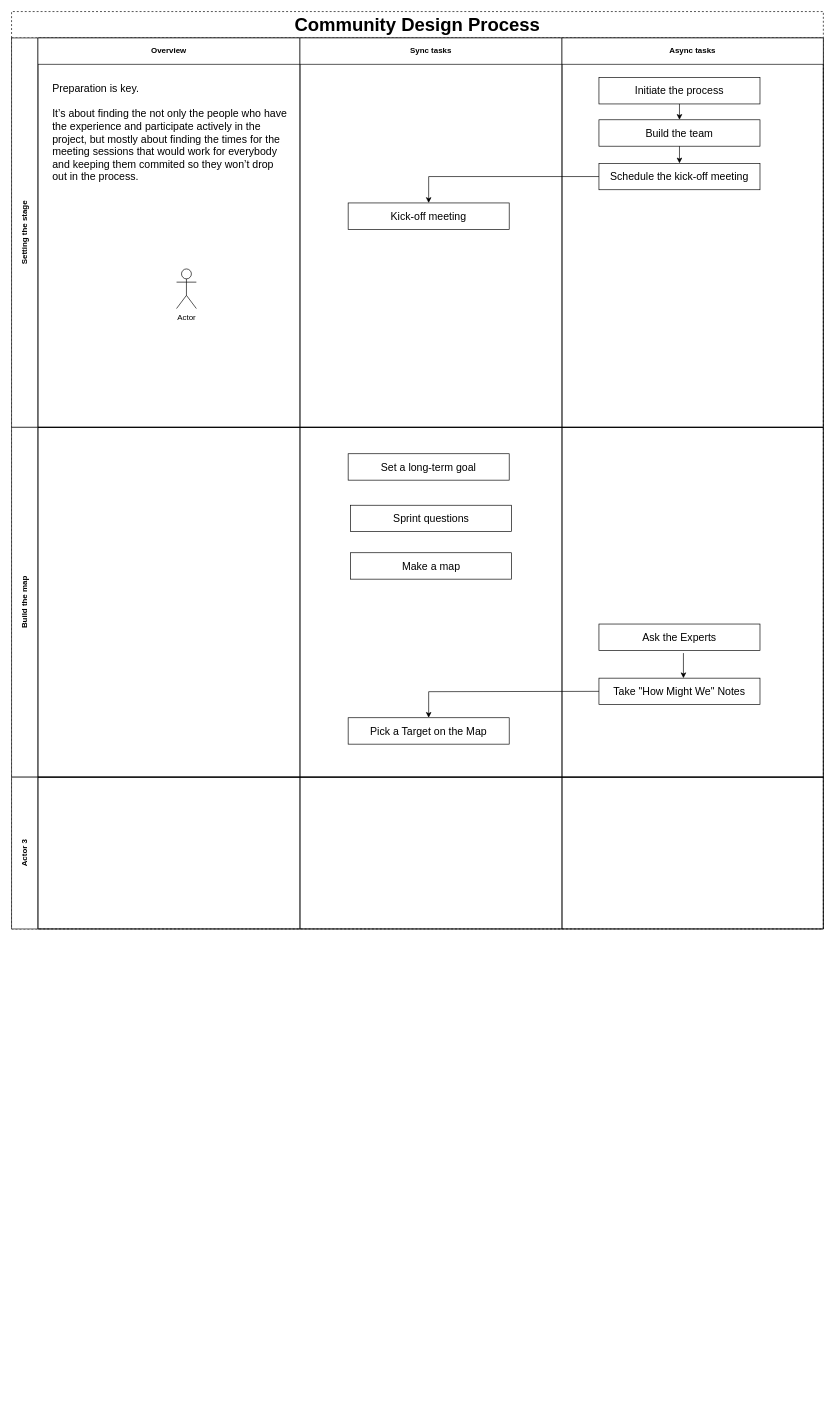
Before: CommunityDesignProcess.drawio in nicksellen/community-design-process, a draw.io diagram. Source tidied: cells renumbered, new cells numbered last; positions are measured from the earlier drawing's top-left corner, leaving out a move shared by most shapes. Both pictures are drawn from the tidied source at 66%, with x=0, y=0 at pixel (11, 11).
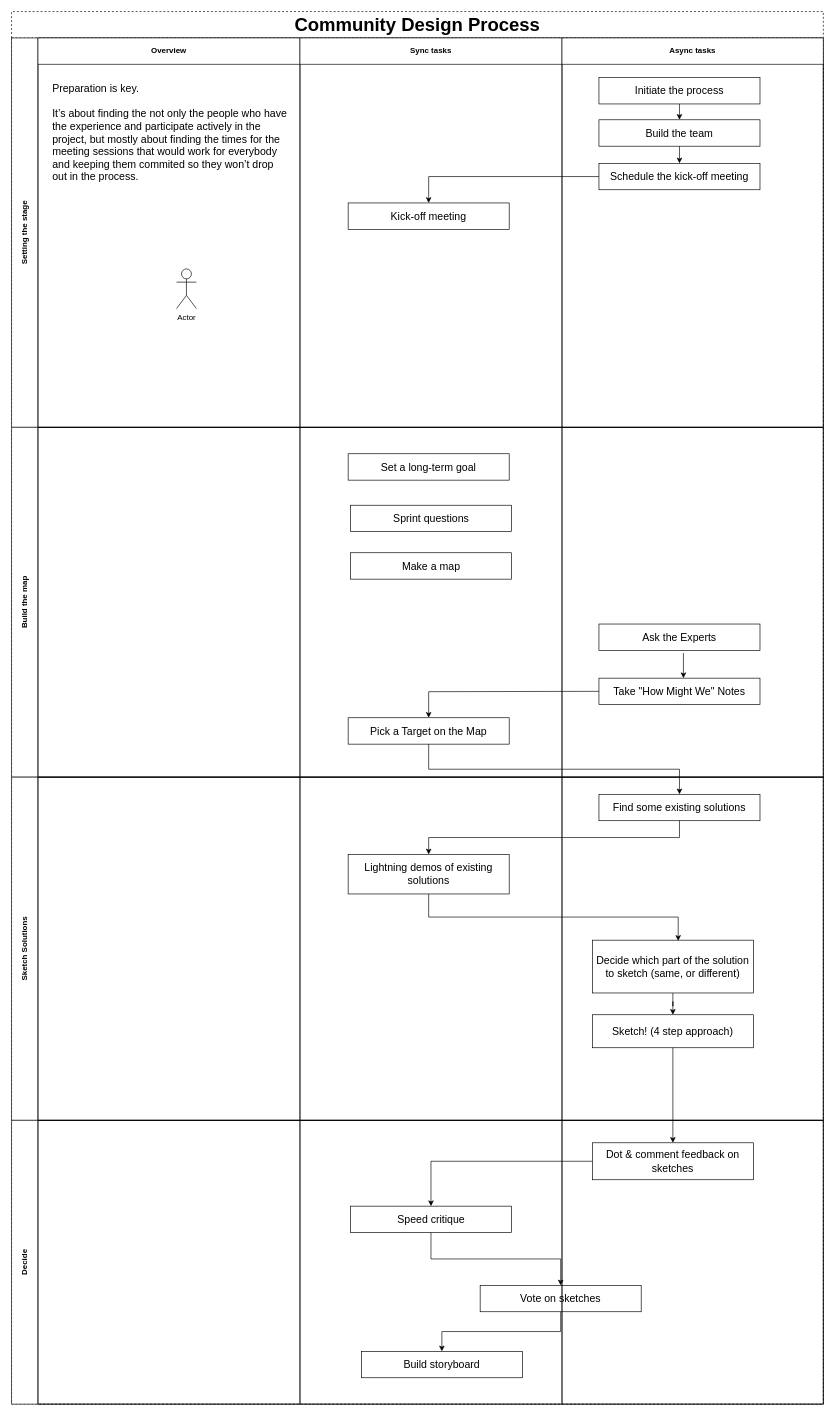
After the change.

Unchanged cells that the change refers to:
```xml
<mxCell id="21" value="&lt;div&gt;Pick a Target on the Map&lt;/div&gt;" style="rounded=0;whiteSpace=wrap;html=1;fillColor=none;fontFamily=Helvetica;fontSize=16;" parent="17" vertex="1">
  <mxGeometry x="73" y="440" width="244" height="40" as="geometry" />
</mxCell>
```

Change to the diagram source:
```diff
@@
     <mxCell id="2" value="Community Design Process" style="shape=table;childLayout=tableLayout;rowLines=0;columnLines=0;startSize=40;html=1;whiteSpace=wrap;fontStyle=1;align=center;dashed=1;fillColor=none;fontFamily=Helvetica;fontSize=28;" parent="1" vertex="1">
-      <mxGeometry width="1230" height="1390" as="geometry" />
+      <mxGeometry width="1230" height="2110" as="geometry" />
     </mxCell>
@@
-    <mxCell id="27" value="Actor 3" style="swimlane;horizontal=0;startSize=40;html=1;whiteSpace=wrap;" parent="2" vertex="1">
-      <mxGeometry y="1160" width="1230" height="230" as="geometry" />
+    <mxCell id="27" value="&lt;div&gt;Sketch Solutions&lt;/div&gt;" style="swimlane;horizontal=0;startSize=40;html=1;whiteSpace=wrap;" parent="2" vertex="1">
+      <mxGeometry y="1160" width="1230" height="520" as="geometry" />
     </mxCell>
     <mxCell id="28" style="swimlane;startSize=0;html=1;whiteSpace=wrap;" parent="27" vertex="1">
-      <mxGeometry x="40" width="397" height="230" as="geometry" />
+      <mxGeometry x="40" width="397" height="520" as="geometry" />
     </mxCell>
     <mxCell id="29" style="swimlane;startSize=0;html=1;whiteSpace=wrap;" parent="27" vertex="1">
-      <mxGeometry x="437" width="397" height="230" as="geometry" />
+      <mxGeometry x="437" width="397" height="520" as="geometry" />
     </mxCell>
+    <mxCell id="32" value="&lt;div&gt;Lightning demos of existing solutions&lt;/div&gt;" style="rounded=0;whiteSpace=wrap;html=1;fillColor=none;fontFamily=Helvetica;fontSize=16;" parent="29" vertex="1">
+      <mxGeometry x="73" y="117" width="244" height="60" as="geometry" />
+    </mxCell>
     <mxCell id="30" style="swimlane;startSize=0;html=1;whiteSpace=wrap;" parent="27" vertex="1">
-      <mxGeometry x="834" width="396" height="230" as="geometry" />
+      <mxGeometry x="834" width="396" height="520" as="geometry" />
     </mxCell>
+    <mxCell id="33" value="&lt;div&gt;Find some existing solutions&lt;/div&gt;" style="rounded=0;whiteSpace=wrap;html=1;fillColor=none;fontFamily=Helvetica;fontSize=16;" parent="30" vertex="1">
+      <mxGeometry x="56" y="26" width="244" height="40" as="geometry" />
+    </mxCell>
+    <mxCell id="34" style="edgeStyle=orthogonalEdgeStyle;rounded=0;jettySize=auto;html=1;entryX=0.5;entryY=0;entryDx=0;entryDy=0;" parent="30" edge="1" source="35" target="36">
+      <mxGeometry relative="1" as="geometry" />
+    </mxCell>
+    <mxCell id="35" value="&lt;div&gt;Decide which part of the solution to sketch (same, or different)&lt;br&gt;&lt;/div&gt;" style="rounded=0;whiteSpace=wrap;html=1;fillColor=none;fontFamily=Helvetica;fontSize=16;" parent="30" vertex="1">
+      <mxGeometry x="46" y="247" width="244" height="80" as="geometry" />
+    </mxCell>
+    <mxCell id="36" value="&lt;div&gt;Sketch! (4 step approach)&lt;br&gt;&lt;/div&gt;" style="rounded=0;whiteSpace=wrap;html=1;fillColor=none;fontFamily=Helvetica;fontSize=16;" parent="30" vertex="1">
+      <mxGeometry x="46" y="360" width="244" height="50" as="geometry" />
+    </mxCell>
+    <mxCell id="37" style="edgeStyle=orthogonalEdgeStyle;rounded=0;jettySize=auto;html=1;exitX=0.5;exitY=1;exitDx=0;exitDy=0;" parent="27" edge="1" source="33" target="32">
+      <mxGeometry relative="1" as="geometry" />
+    </mxCell>
+    <mxCell id="38" style="edgeStyle=orthogonalEdgeStyle;rounded=0;jettySize=auto;html=1;exitX=0.5;exitY=1;exitDx=0;exitDy=0;entryX=0.533;entryY=0.013;entryDx=0;entryDy=0;entryPerimeter=0;" parent="27" edge="1" source="32" target="35">
+      <mxGeometry relative="1" as="geometry" />
+    </mxCell>
+    <mxCell id="39" value="&lt;div&gt;Decide&lt;/div&gt;" style="swimlane;horizontal=0;startSize=40;html=1;whiteSpace=wrap;" parent="2" vertex="1">
+      <mxGeometry y="1680" width="1230" height="430" as="geometry" />
+    </mxCell>
+    <mxCell id="40" style="swimlane;startSize=0;html=1;whiteSpace=wrap;" parent="39" vertex="1">
+      <mxGeometry x="40" width="397" height="430" as="geometry" />
+    </mxCell>
+    <mxCell id="41" style="swimlane;startSize=0;html=1;whiteSpace=wrap;" parent="39" vertex="1">
+      <mxGeometry x="437" width="397" height="430" as="geometry" />
+    </mxCell>
+    <mxCell id="42" value="Speed critique" style="rounded=0;whiteSpace=wrap;html=1;fillColor=none;fontFamily=Helvetica;fontSize=16;" parent="41" vertex="1">
+      <mxGeometry x="76.5" y="130" width="244" height="40" as="geometry" />
+    </mxCell>
+    <mxCell id="43" value="Build storyboard" style="rounded=0;whiteSpace=wrap;html=1;fillColor=none;fontFamily=Helvetica;fontSize=16;" parent="41" vertex="1">
+      <mxGeometry x="93" y="350" width="244" height="40" as="geometry" />
+    </mxCell>
+    <mxCell id="44" style="swimlane;startSize=0;html=1;whiteSpace=wrap;" parent="39" vertex="1">
+      <mxGeometry x="834" width="396" height="430" as="geometry" />
+    </mxCell>
+    <mxCell id="45" value="Dot &amp;amp; comment feedback on sketches" style="rounded=0;whiteSpace=wrap;html=1;fillColor=none;fontFamily=Helvetica;fontSize=16;" parent="44" vertex="1">
+      <mxGeometry x="46" y="34" width="244" height="56" as="geometry" />
+    </mxCell>
+    <mxCell id="46" value="Vote on sketches" style="rounded=0;whiteSpace=wrap;html=1;fillColor=none;fontFamily=Helvetica;fontSize=16;" parent="44" vertex="1">
+      <mxGeometry x="-124" y="250" width="244" height="40" as="geometry" />
+    </mxCell>
+    <mxCell id="47" style="edgeStyle=orthogonalEdgeStyle;rounded=0;jettySize=auto;html=1;entryX=0.5;entryY=0;entryDx=0;entryDy=0;" parent="39" edge="1" source="45" target="42">
+      <mxGeometry relative="1" as="geometry" />
+    </mxCell>
+    <mxCell id="48" style="edgeStyle=orthogonalEdgeStyle;rounded=0;jettySize=auto;html=1;entryX=0.5;entryY=0;entryDx=0;entryDy=0;" parent="39" edge="1" source="42" target="46">
+      <mxGeometry relative="1" as="geometry" />
+    </mxCell>
+    <mxCell id="49" style="edgeStyle=orthogonalEdgeStyle;rounded=0;jettySize=auto;html=1;" parent="39" edge="1" source="46" target="43">
+      <mxGeometry relative="1" as="geometry" />
+    </mxCell>
+    <mxCell id="50" style="edgeStyle=orthogonalEdgeStyle;rounded=0;jettySize=auto;html=1;exitX=0.5;exitY=1;exitDx=0;exitDy=0;entryX=0.5;entryY=0;entryDx=0;entryDy=0;" parent="2" edge="1" source="21" target="33">
+      <mxGeometry relative="1" as="geometry" />
+    </mxCell>
+    <mxCell id="51" style="edgeStyle=orthogonalEdgeStyle;rounded=0;jettySize=auto;html=1;entryX=0.5;entryY=0;entryDx=0;entryDy=0;" parent="2" edge="1" source="36" target="45">
+      <mxGeometry relative="1" as="geometry" />
+    </mxCell>
```
